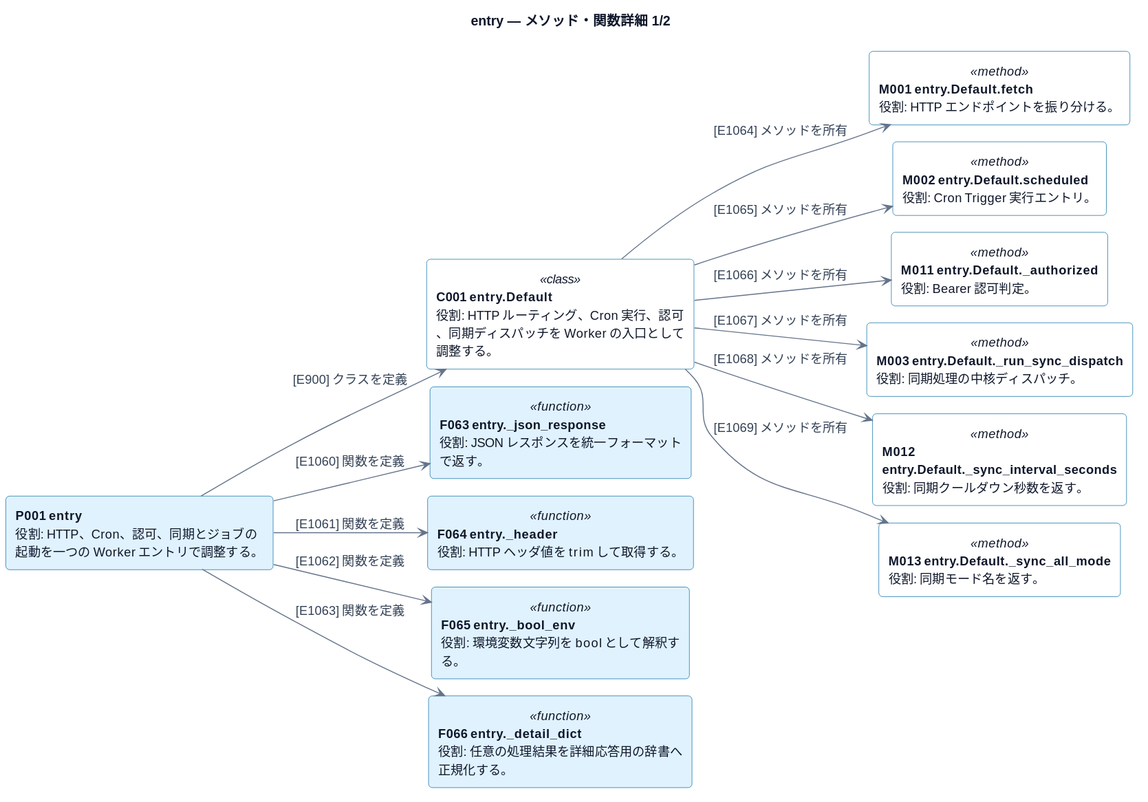
Above: docs/architecture/plantuml/rendered/methods/entry-01.svg in ichipiro/IE_Event_Bot (PlantUML), before the change.
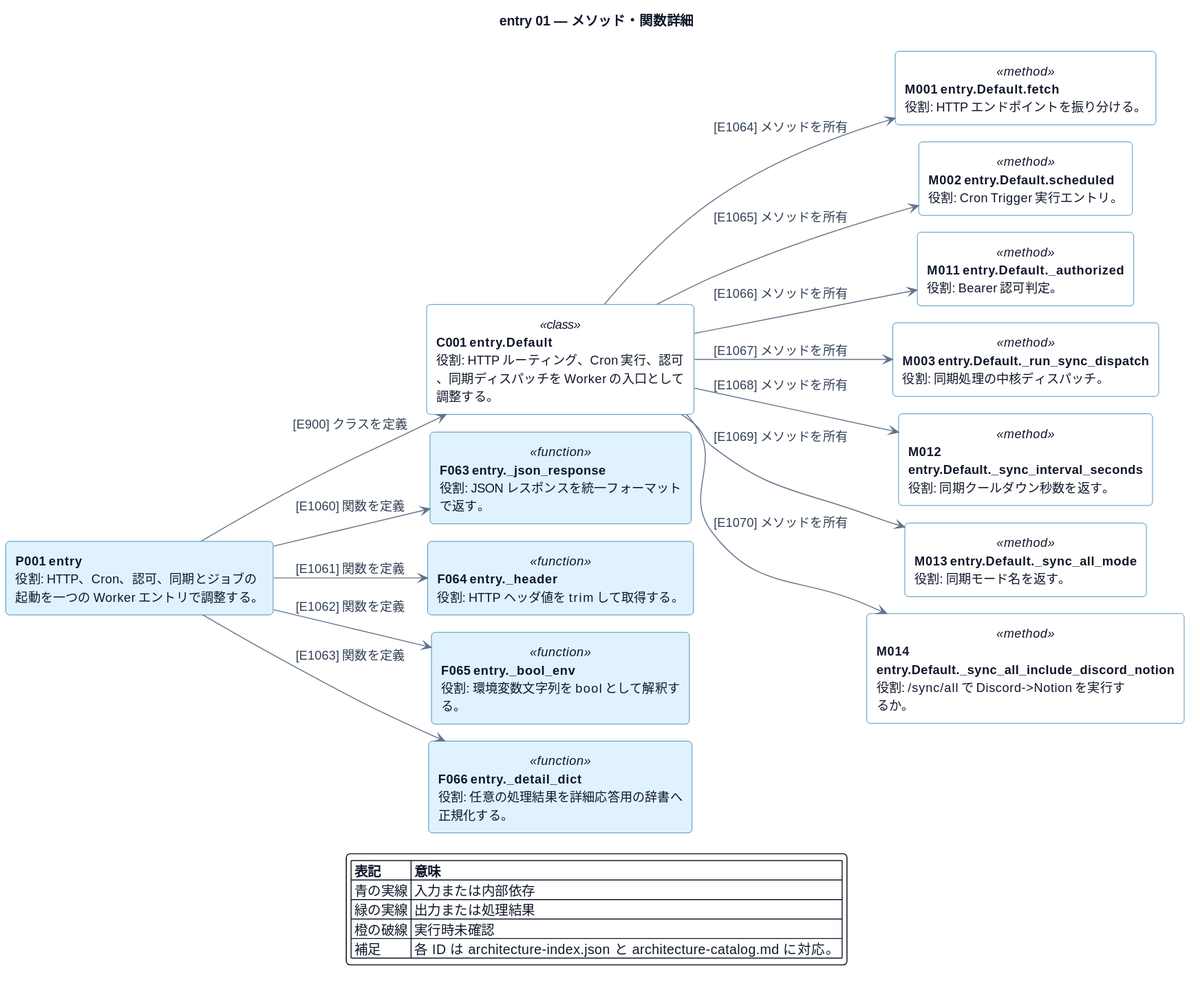
After the change.

The edit, as a diff of the source:
```diff
@@ -1,6 +1,6 @@
 @startuml
 !include ../_shared/style.puml
-title entry — メソッド・関数詳細 1/2
+title entry 01 — メソッド・関数詳細
 !pragma layout smetana
 left to right direction
 component "<b>P001 entry</b>\n役割: HTTP、Cron、認可、同期とジョブの起動を一つの Worker エントリで調整する。" as P001
@@ -26,4 +26,13 @@
 C001 -[#64748B]-> M012 : [E1068] メソッドを所有
 rectangle "<b>M013 entry.Default._sync_all_mode</b>\n役割: 同期モード名を返す。" as M013 <<method>>
 C001 -[#64748B]-> M013 : [E1069] メソッドを所有
+rectangle "<b>M014 entry.Default._sync_all_include_discord_notion</b>\n役割: /sync/all で Discord->Notion を実行するか。" as M014 <<method>>
+C001 -[#64748B]-> M014 : [E1070] メソッドを所有
+legend bottom
+  |= 表記 |= 意味 |
+  | 青の実線 | 入力または内部依存 |
+  | 緑の実線 | 出力または処理結果 |
+  | 橙の破線 | 実行時未確認 |
+  | 補足 | 各 ID は architecture-index.json と architecture-catalog.md に対応。 |
+endlegend
 @enduml
```
